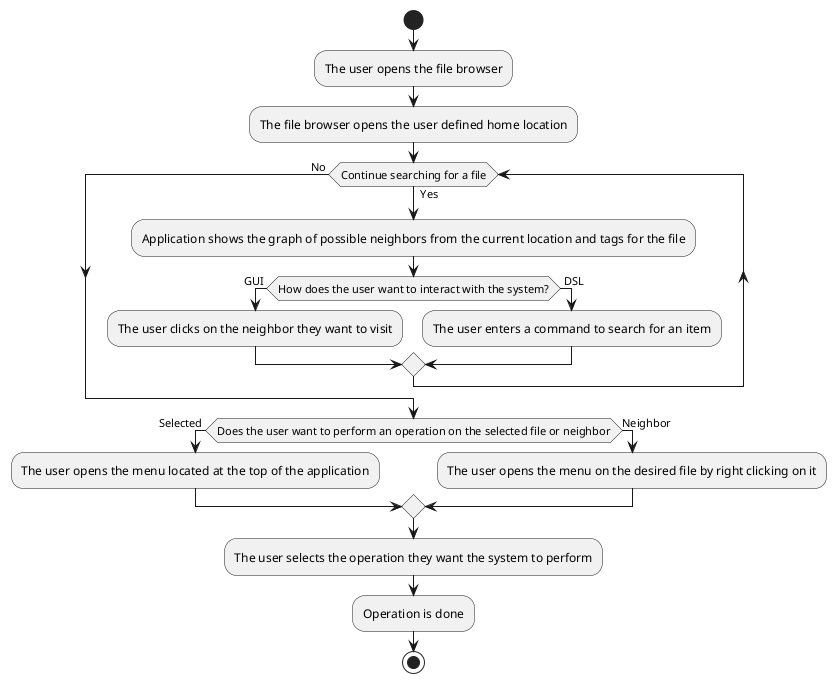
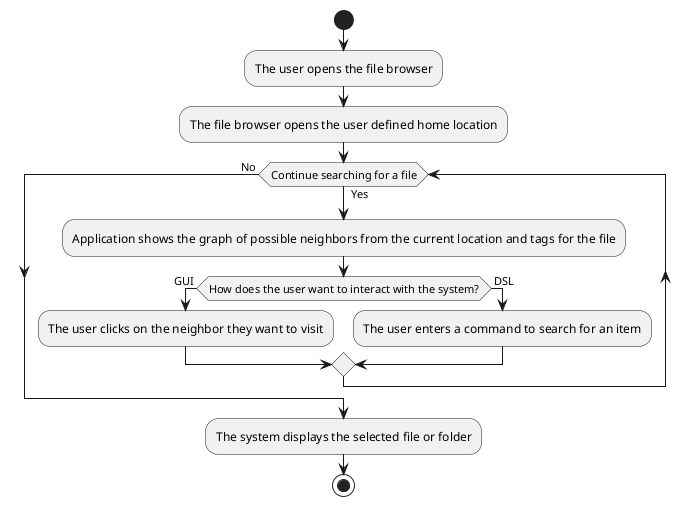
@startuml
start
:The user opens the file browser;
:The file browser opens the user defined home location;
while (Continue searching for a file) is ( Yes )
:Application shows the graph of possible neighbors from the current location and tags for the file;
if (How does the user want to interact with the system?) then ( GUI )
    :The user clicks on the neighbor they want to visit;
else ( DSL )
    :The user enters a command to search for an item;
endif
endwhile ( No )
- if (Does the user want to perform an operation on the selected file or neighbor) then ( Selected )
-     :The user opens the menu located at the top of the application;
- else (Neighbor)
-     :The user opens the menu on the desired file by right clicking on it;
- endif
- :The user selects the operation they want the system to perform;
- :Operation is done;
+ :The system displays the selected file or folder;
stop
- @enduml+ @enduml
